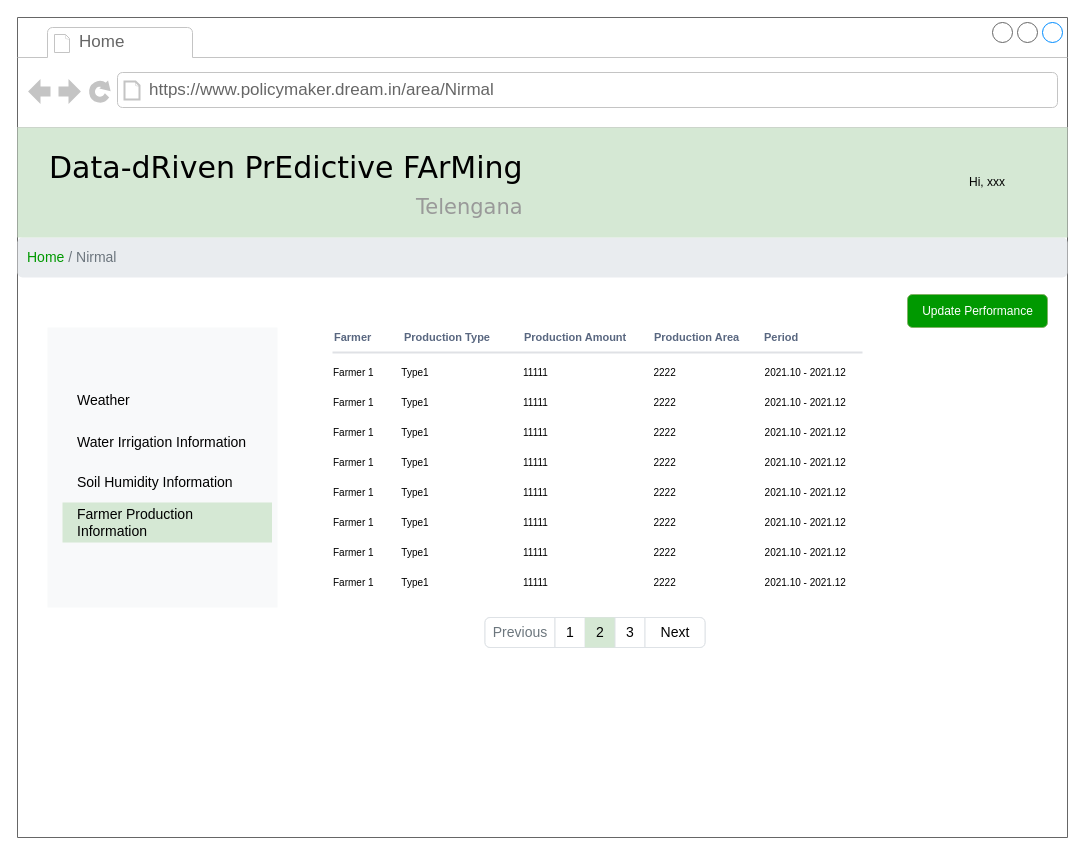
Before: page "pm-area information" (9 of 26) of RASD/diagrams/User Interface.drawio in ictar/DREAM-SE2-Project-2022, a draw.io diagram. Source tidied: cells renumbered, new cells numbered last; positions are measured from the earlier drawing's top-left corner, leaving out a move shared by most shapes. Both pictures are drawn from the tidied source at 100%, with x=0, y=0 at pixel (17, 17).
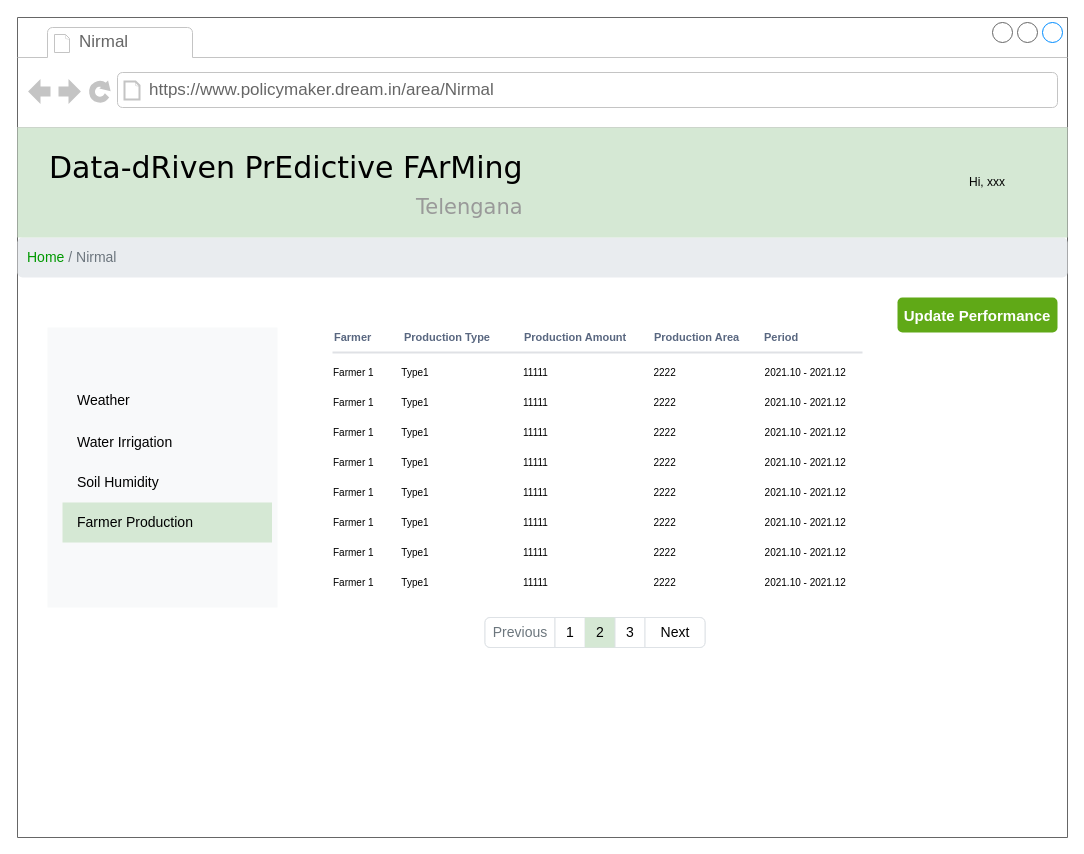
After the change.

The change refers to these unchanged cells:
```xml
<mxCell id="2" style="strokeWidth=1;shadow=0;dashed=0;align=center;html=1;shape=mxgraph.mockup.containers.browserWindow;rSize=0;strokeColor=none;mainText=,;rounded=0;labelBackgroundColor=none;fontFamily=Verdana;fontSize=12;" parent="1" vertex="1">
  <mxGeometry width="1050" height="820" as="geometry" />
</mxCell>
<mxCell id="6" style="fillColor=#F8F9FA;strokeColor=none;align=left;fontSize=14;fontColor=#323232;" parent="2" vertex="1">
  <mxGeometry x="30" y="310" width="230" height="280" as="geometry" />
</mxCell>
```

Change to the diagram source:
```diff
@@
-    <mxCell id="3" value="Home" style="strokeWidth=1;shadow=0;dashed=0;align=center;html=1;shape=mxgraph.mockup.containers.anchor;fontSize=17;fontColor=#666666;align=left;" parent="2" vertex="1">
+    <mxCell id="3" value="Nirmal" style="strokeWidth=1;shadow=0;dashed=0;align=center;html=1;shape=mxgraph.mockup.containers.anchor;fontSize=17;fontColor=#666666;align=left;" parent="2" vertex="1">
       <mxGeometry x="60" y="12" width="110" height="26" as="geometry" />
     </mxCell>
@@
-    <mxCell id="5" value="&lt;font color=&quot;#ffffff&quot;&gt;Update Performance&lt;/font&gt;" style="rounded=1;fillColor=#009900;strokeColor=#82b366;html=1;align=center;verticalAlign=middle;fontStyle=0;fontSize=12;sketch=0;" parent="2" vertex="1">
-      <mxGeometry x="890" y="277" width="140" height="33" as="geometry" />
-    </mxCell>
@@
-    <mxCell id="8" value="Water Irrigation Information" style="html=1;shadow=0;dashed=0;fillColor=none;strokeColor=none;perimeter=none;whiteSpace=wrap;align=left;spacing=15;fontColor=#000000;fontSize=14;" parent="6" vertex="1">
+    <mxCell id="8" value="Water Irrigation" style="html=1;shadow=0;dashed=0;fillColor=none;strokeColor=none;perimeter=none;whiteSpace=wrap;align=left;spacing=15;fontColor=#000000;fontSize=14;" parent="6" vertex="1">
       <mxGeometry x="0.5" width="199.5" height="40" relative="1" as="geometry">
         <mxPoint x="-100" y="95" as="offset" />
       </mxGeometry>
     </mxCell>
-    <mxCell id="9" value="Soil Humidity Information" style="html=1;shadow=0;dashed=0;fillColor=none;strokeColor=none;perimeter=none;whiteSpace=wrap;align=left;spacing=15;fontColor=#000000;fontSize=14;" parent="6" vertex="1">
+    <mxCell id="9" value="Soil Humidity" style="html=1;shadow=0;dashed=0;fillColor=none;strokeColor=none;perimeter=none;whiteSpace=wrap;align=left;spacing=15;fontColor=#000000;fontSize=14;" parent="6" vertex="1">
       <mxGeometry x="0.5" width="189.5" height="40" relative="1" as="geometry">
         <mxPoint x="-100" y="135" as="offset" />
       </mxGeometry>
     </mxCell>
-    <mxCell id="10" value="Farmer Production Information" style="html=1;shadow=0;dashed=0;fillColor=#d5e8d4;strokeColor=none;perimeter=none;whiteSpace=wrap;align=left;spacing=15;fontSize=14;" parent="6" vertex="1">
+    <mxCell id="10" value="Farmer Production" style="html=1;shadow=0;dashed=0;fillColor=#d5e8d4;strokeColor=none;perimeter=none;whiteSpace=wrap;align=left;spacing=15;fontSize=14;" parent="6" vertex="1">
       <mxGeometry x="0.5" width="209.5" height="40" relative="1" as="geometry">
         <mxPoint x="-100" y="175" as="offset" />
       </mxGeometry>
     </mxCell>
@@
+    <mxCell id="5" value="&lt;font size=&quot;1&quot;&gt;&lt;b style=&quot;font-size: 15px&quot;&gt;Update Performance&lt;/b&gt;&lt;/font&gt;" style="html=1;shadow=0;dashed=0;shape=mxgraph.bootstrap.rrect;rSize=5;strokeColor=none;strokeWidth=3;fillColor=#60a917;fontColor=#ffffff;whiteSpace=wrap;align=center;verticalAlign=middle;spacingLeft=0;fontStyle=0;fontSize=16;spacing=5;" parent="2" vertex="1">
+      <mxGeometry x="880" y="280" width="160" height="35" as="geometry" />
+    </mxCell>
```
